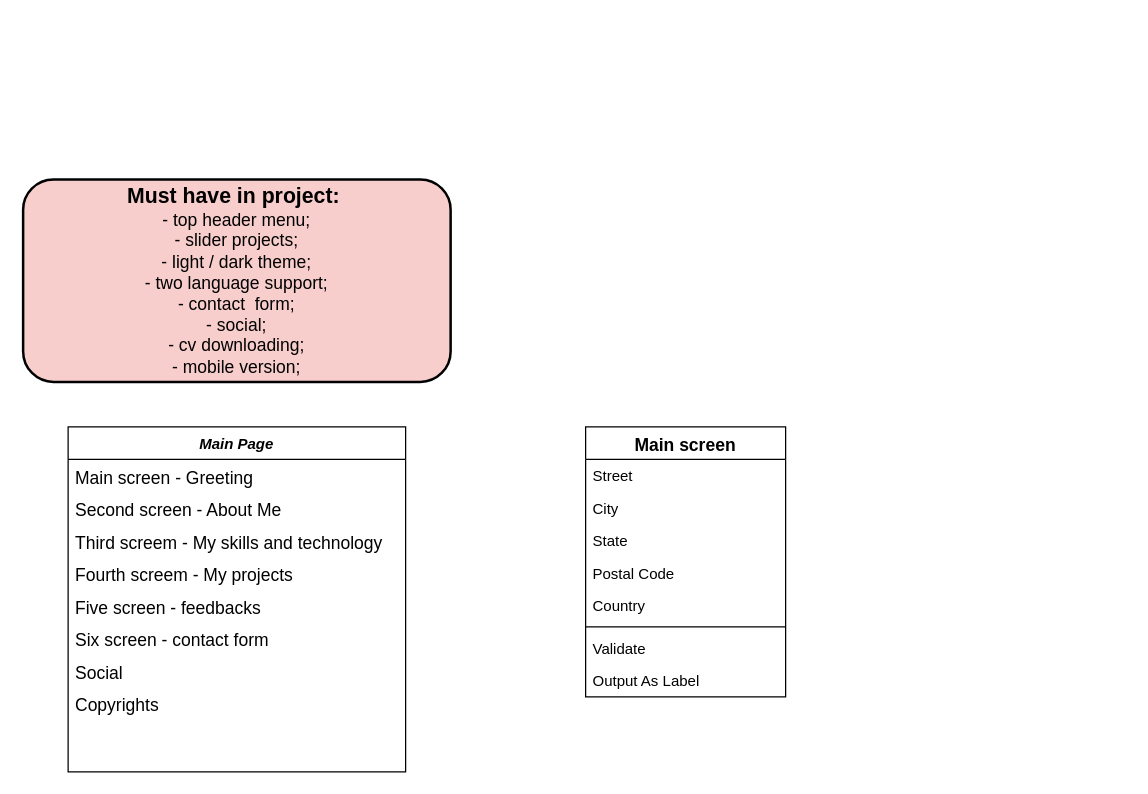
Before: Untitled Diagram.drawio in vigonin83/my-portfolio, a draw.io diagram. Source tidied: cells renumbered, new cells numbered last; positions are measured from the earlier drawing's top-left corner, leaving out a move shared by most shapes. Both pictures are drawn from the tidied source at 125%, with x=0, y=0 at pixel (22, 179).
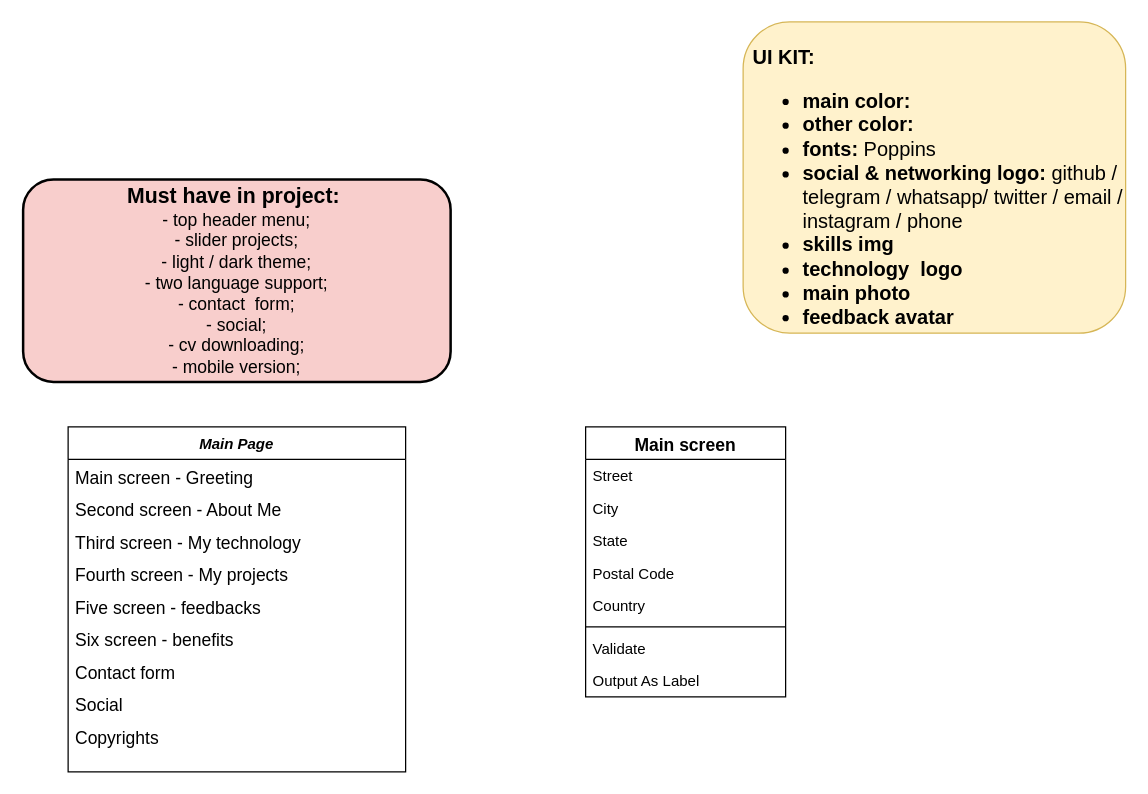
The same diagram, later.

Unchanged cells that the change refers to:
```xml
<mxCell id="2" value="Main Page" style="swimlane;fontStyle=3;align=center;verticalAlign=top;horizontal=1;startSize=26;rounded=0;shadow=0;strokeWidth=1;" parent="1" vertex="1">
  <mxGeometry x="36" y="198" width="270" height="276" as="geometry" />
</mxCell>
```

The edit, as a diff of the source:
```diff
@@
-    <mxCell id="5" value="Third screem - My skills and technology" style="text;align=left;verticalAlign=top;spacingLeft=4;spacingRight=4;overflow=hidden;rounded=0;shadow=0;html=0;fontSize=14;" parent="2" vertex="1">
+    <mxCell id="5" value="Third screen - My technology" style="text;align=left;verticalAlign=top;spacingLeft=4;spacingRight=4;overflow=hidden;rounded=0;shadow=0;html=0;fontSize=14;" parent="2" vertex="1">
       <mxGeometry y="78" width="270" height="26" as="geometry" />
     </mxCell>
-    <mxCell id="6" value="Fourth screem - My projects&#10;" style="text;align=left;verticalAlign=top;spacingLeft=4;spacingRight=4;overflow=hidden;rounded=0;shadow=0;html=0;fontSize=14;" parent="2" vertex="1">
+    <mxCell id="6" value="Fourth screen - My projects&#10;" style="text;align=left;verticalAlign=top;spacingLeft=4;spacingRight=4;overflow=hidden;rounded=0;shadow=0;html=0;fontSize=14;" parent="2" vertex="1">
       <mxGeometry y="104" width="270" height="26" as="geometry" />
     </mxCell>
@@
+    <mxCell id="21" value="Six screen - benefits" style="text;align=left;verticalAlign=top;spacingLeft=4;spacingRight=4;overflow=hidden;fontSize=14;" parent="2" vertex="1">
+      <mxGeometry y="156" width="270" height="26" as="geometry" />
+    </mxCell>
-    <mxCell id="8" value="Six screen - contact form&#10;" style="text;align=left;verticalAlign=top;spacingLeft=4;spacingRight=4;overflow=hidden;fontSize=14;" parent="2" vertex="1">
-      <mxGeometry y="156" width="270" height="26" as="geometry" />
+    <mxCell id="8" value="Contact form&#10;" style="text;align=left;verticalAlign=top;spacingLeft=4;spacingRight=4;overflow=hidden;fontSize=14;" parent="2" vertex="1">
+      <mxGeometry y="182" width="270" height="26" as="geometry" />
     </mxCell>
     <mxCell id="9" value="Social" style="text;align=left;verticalAlign=top;spacingLeft=4;spacingRight=4;overflow=hidden;fontSize=14;" parent="2" vertex="1">
-      <mxGeometry y="182" width="270" height="26" as="geometry" />
+      <mxGeometry y="208" width="270" height="26" as="geometry" />
     </mxCell>
     <mxCell id="10" value="Copyrights&#10;" style="text;align=left;verticalAlign=top;spacingLeft=4;spacingRight=4;overflow=hidden;fontSize=14;" parent="2" vertex="1">
-      <mxGeometry y="208" width="270" height="26" as="geometry" />
+      <mxGeometry y="234" width="270" height="26" as="geometry" />
     </mxCell>
@@
+    <mxCell id="22" value="UI KIT:&lt;br&gt;&lt;ul&gt;&lt;li&gt;main color:&lt;/li&gt;&lt;li&gt;other color:&lt;/li&gt;&lt;li&gt;fonts: &lt;span style=&quot;font-weight: 400;&quot;&gt;Poppins&lt;/span&gt;&lt;/li&gt;&lt;li&gt;social &amp;amp; networking logo: &lt;span style=&quot;font-weight: 400;&quot;&gt;github / telegram / whatsapp/ twitter / email / instagram / phone&amp;nbsp;&lt;/span&gt;&lt;/li&gt;&lt;li&gt;skills img&lt;/li&gt;&lt;li&gt;technology&amp;nbsp; logo&lt;/li&gt;&lt;li&gt;main photo&lt;/li&gt;&lt;li&gt;feedback avatar&lt;/li&gt;&lt;/ul&gt;" style="rounded=1;fillColor=#fff2cc;strokeColor=#d6b656;align=left;fontStyle=1;fontSize=16;labelBackgroundColor=none;labelBorderColor=none;whiteSpace=wrap;html=1;spacingLeft=6;spacingBottom=0;horizontal=1;verticalAlign=top;spacingTop=12;" parent="1" vertex="1">
+      <mxGeometry x="576" y="-126" width="306" height="249" as="geometry" />
+    </mxCell>
```
